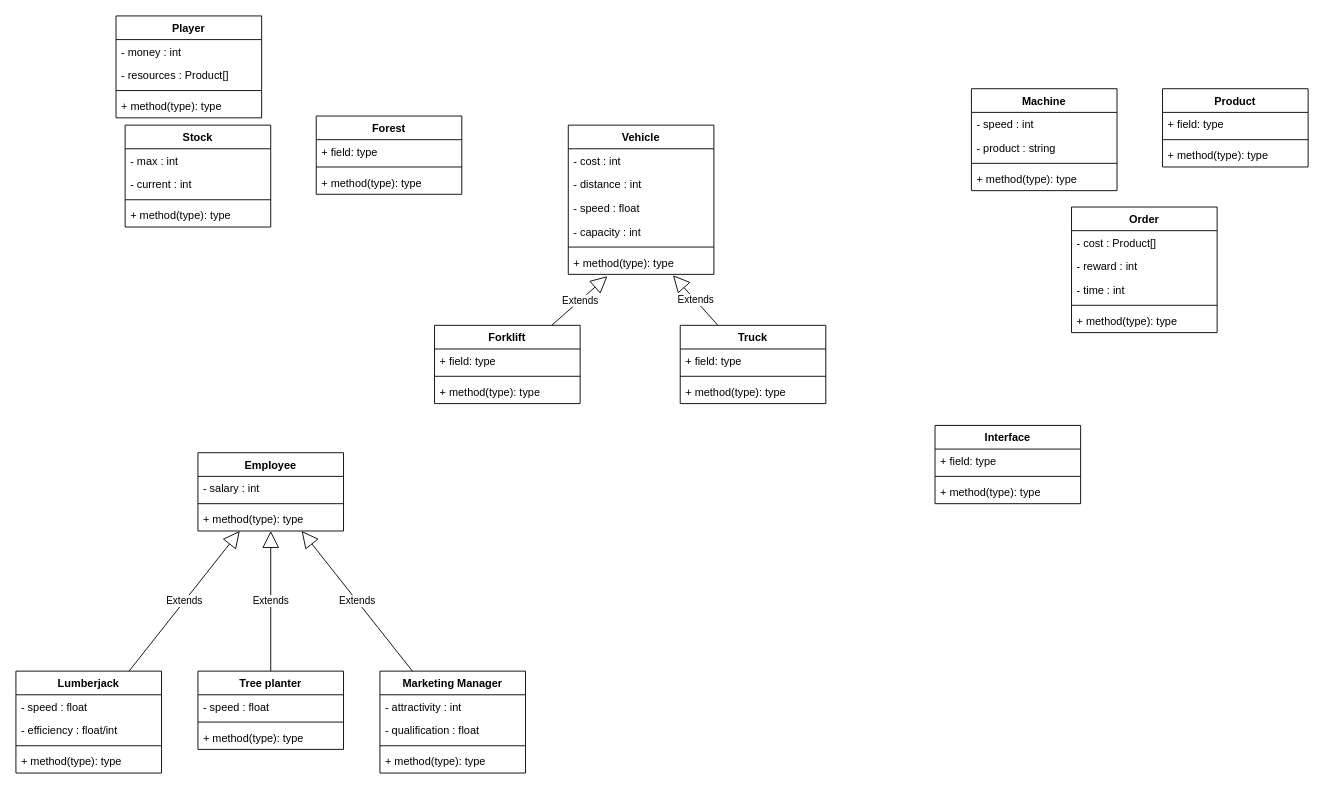
The draw.io diagram page "MDC" (1 of 3) of UML_diagrams/reduced_visibility_uml.drawio in QuinD3cim/AP4B_Lumber, before the edit. Source tidied: cells renumbered, new cells numbered last; positions are measured from the earlier drawing's top-left corner, leaving out a move shared by most shapes. Both pictures are drawn from the tidied source at 91%, with x=0, y=0 at pixel (15, 15).
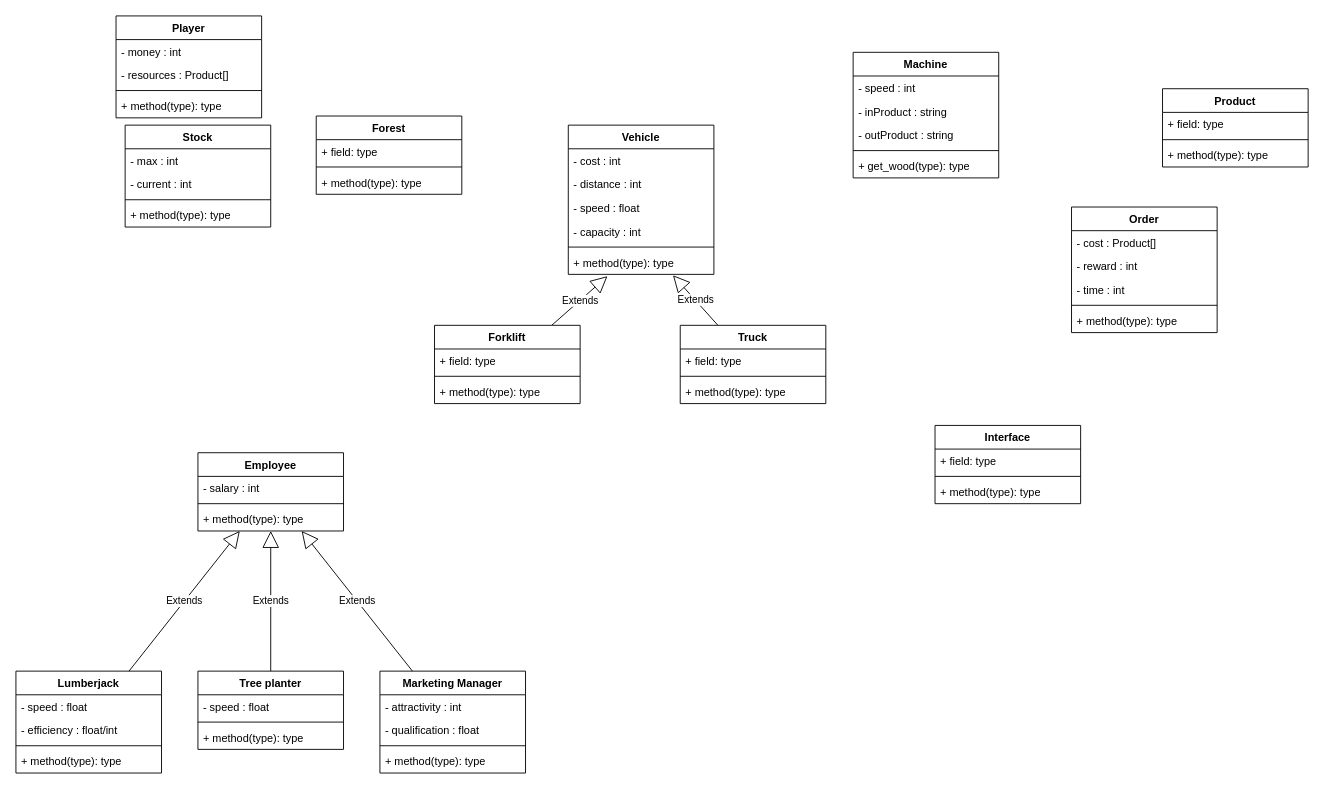
The same page after the edit.

Commit message:
Adding the MVC and DCU diagramms :clown:

The edit, as a diff of the source:
```diff
@@
     <mxCell id="32" value="Machine" style="swimlane;fontStyle=1;align=center;verticalAlign=top;horizontal=1;startSize=26;" parent="1" vertex="1">
-      <mxGeometry x="1050" y="80" width="160" height="112" as="geometry" />
+      <mxGeometry x="920" y="40" width="160" height="138" as="geometry" />
     </mxCell>
@@
-    <mxCell id="34" value="- product : string" style="text;strokeColor=none;fillColor=none;align=left;verticalAlign=top;spacingLeft=4;spacingRight=4;overflow=hidden;" parent="32" vertex="1">
+    <mxCell id="34" value="- inProduct : string" style="text;strokeColor=none;fillColor=none;align=left;verticalAlign=top;spacingLeft=4;spacingRight=4;overflow=hidden;" parent="32" vertex="1">
       <mxGeometry y="52" width="160" height="26" as="geometry" />
     </mxCell>
+    <mxCell id="73" value="- outProduct : string" style="text;strokeColor=none;fillColor=none;align=left;verticalAlign=top;spacingLeft=4;spacingRight=4;overflow=hidden;" parent="32" vertex="1">
+      <mxGeometry y="78" width="160" height="26" as="geometry" />
+    </mxCell>
     <mxCell id="35" style="line;strokeWidth=1;fillColor=none;align=left;verticalAlign=middle;spacingTop=-1;spacingLeft=3;spacingRight=3;labelPosition=right;" parent="32" vertex="1">
-      <mxGeometry y="78" width="160" height="8" as="geometry" />
+      <mxGeometry y="104" width="160" height="8" as="geometry" />
     </mxCell>
-    <mxCell id="36" value="+ method(type): type" style="text;strokeColor=none;fillColor=none;align=left;verticalAlign=top;spacingLeft=4;spacingRight=4;overflow=hidden;" parent="32" vertex="1">
-      <mxGeometry y="86" width="160" height="26" as="geometry" />
+    <mxCell id="36" value="+ get_wood(type): type" style="text;strokeColor=none;fillColor=none;align=left;verticalAlign=top;spacingLeft=4;spacingRight=4;overflow=hidden;" parent="32" vertex="1">
+      <mxGeometry y="112" width="160" height="26" as="geometry" />
     </mxCell>
```
